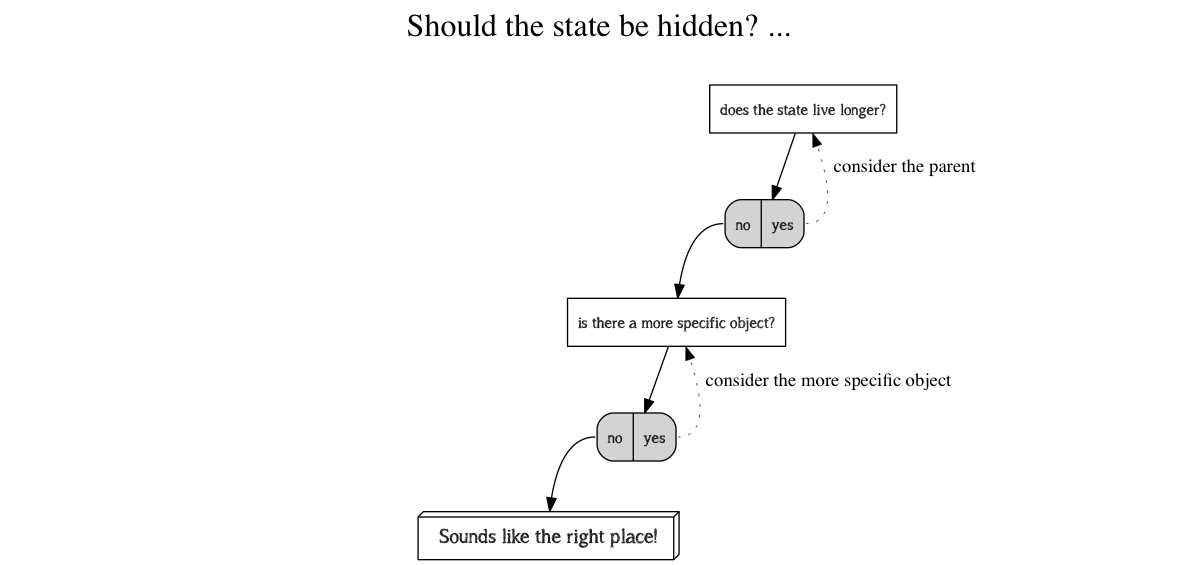
stefanpenner/github-pull-request keeps this Graphviz diagram as private.png. Above is the earlier version. Its source is kept beside it as private.dot. Source of this version:
```dot
digraph ethane  {
    labelloc="t";
    ratio = 0.4;
    label="Should the state be hidden? ...\n\n";
    fontsize =24;

    node[fontname="a song for jennifer"];

    a     [ shape = "box" shape = box label = "does the state live longer?" ];
    a_no  [ shape = "box" shape = box label = "is there a more specific object?" ];

    node[shape=record]
    a_yn [label="<f0>no |<f1> yes" shape = Mrecord style = filled ];

    a -> a_yn;

    a_yn:f0 -> a_no;
    a_yn:f1 -> a    [ style = dotted constraint = true labeljust = "l" penwidth = 0.5 label = "  consider the parent" ];

    node[shape=record]
    b_yn [label="<f0> no |<f1> yes" shape = Mrecord style = filled];

    a_no -> b_yn;
    b_yn:f1 -> a_no [ style = dotted constraint = true labeljust = "l" penwidth = 0.5 label = "  consider the more specific object"];

    b_no [shape = "box" shape = box3d fontsize = 18 label = "  Sounds like the right place!  " ];

    b_yn:f0 -> b_no;
}
```
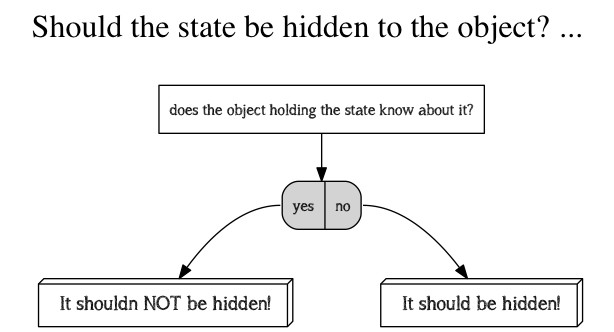
After the change.

Change to the diagram source:
```diff
@@ -1,29 +1,21 @@
 digraph ethane  {
     labelloc="t";
     ratio = 0.4;
-    label="Should the state be hidden? ...\n\n";
+    label="Should the state be hidden to the object? ...\n\n"
     fontsize =24;
 
     node[fontname="a song for jennifer"];
 
-    a     [ shape = "box" shape = box label = "does the state live longer?" ];
-    a_no  [ shape = "box" shape = box label = "is there a more specific object?" ];
+    a [ shape = "box" shape = box label = "does the object holding the state know about it?" ];
 
     node[shape=record]
-    a_yn [label="<f0>no |<f1> yes" shape = Mrecord style = filled ];
+    a_yn [label="<f0>yes |<f1> no" shape = Mrecord style = filled ];
 
     a -> a_yn;
 
-    a_yn:f0 -> a_no;
-    a_yn:f1 -> a    [ style = dotted constraint = true labeljust = "l" penwidth = 0.5 label = "  consider the parent" ];
+    yes [shape = "box" shape = box3d fontsize = 18 label = "  It shouldn NOT be hidden!  " ];
+    no  [shape = "box" shape = box3d fontsize = 18 label = "  It should be hidden!  " ];
 
-    node[shape=record]
-    b_yn [label="<f0> no |<f1> yes" shape = Mrecord style = filled];
-
-    a_no -> b_yn;
-    b_yn:f1 -> a_no [ style = dotted constraint = true labeljust = "l" penwidth = 0.5 label = "  consider the more specific object"];
-
-    b_no [shape = "box" shape = box3d fontsize = 18 label = "  Sounds like the right place!  " ];
-
-    b_yn:f0 -> b_no;
+    a_yn:f0  -> yes
+    a_yn:f1  -> no
 }
```
